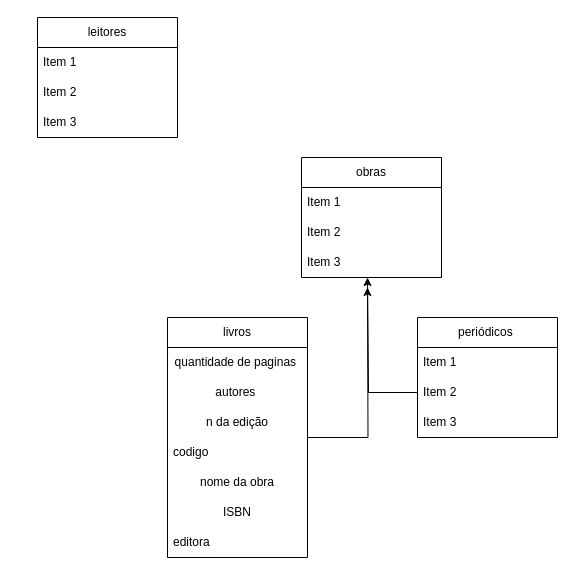
Before: page "22" (9 of 10) of pré-g2.drawio in livramos/Modelagem-de-Dados-, a draw.io diagram. Source tidied: cells renumbered, new cells numbered last; positions are measured from the earlier drawing's top-left corner, leaving out a move shared by most shapes. Both pictures are drawn from the tidied source at 100%, with x=0, y=0 at pixel (37, 17).
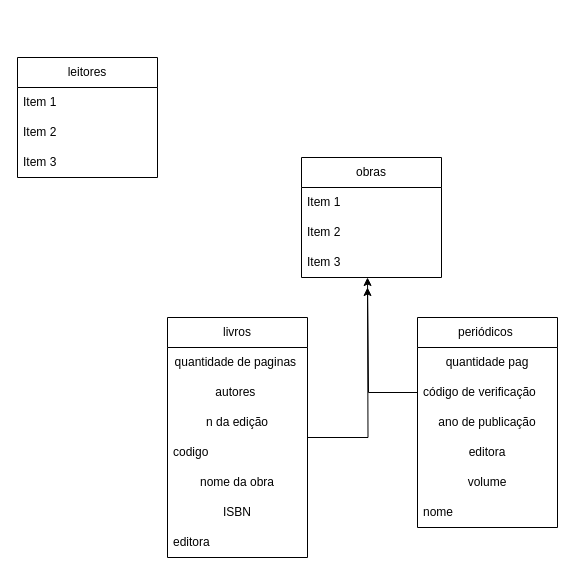
After the change.

What changed in the source:
```diff
@@
     <mxCell id="2" value="leitores" style="swimlane;fontStyle=0;horizontal=1;startSize=30;whiteSpace=wrap;html=1;" parent="1" vertex="1">
-      <mxGeometry width="140" height="120" as="geometry" />
+      <mxGeometry x="-20" y="40" width="140" height="120" as="geometry" />
     </mxCell>
@@
     <mxCell id="19" value="periódicos&amp;nbsp;" style="swimlane;fontStyle=0;horizontal=1;startSize=30;whiteSpace=wrap;html=1;" parent="1" vertex="1">
-      <mxGeometry x="380" y="300" width="140" height="120" as="geometry" />
+      <mxGeometry x="380" y="300" width="140" height="210" as="geometry" />
     </mxCell>
+    <mxCell id="24" value="quantidade pag" style="text;html=1;align=center;verticalAlign=middle;whiteSpace=wrap;rounded=0;" parent="19" vertex="1">
+      <mxGeometry y="30" width="140" height="30" as="geometry" />
+    </mxCell>
-    <mxCell id="20" value="Item 1" style="text;strokeColor=none;fillColor=none;align=left;verticalAlign=middle;spacingLeft=4;spacingRight=4;overflow=hidden;whiteSpace=wrap;html=1;" parent="19" vertex="1">
-      <mxGeometry y="30" width="140" height="30" as="geometry" />
+    <mxCell id="20" value="código de verificação" style="text;strokeColor=none;fillColor=none;align=left;verticalAlign=middle;spacingLeft=4;spacingRight=4;overflow=hidden;whiteSpace=wrap;html=1;" parent="19" vertex="1">
+      <mxGeometry y="60" width="140" height="30" as="geometry" />
     </mxCell>
-    <mxCell id="21" style="edgeStyle=orthogonalEdgeStyle;rounded=0;jettySize=auto;html=1;" parent="19" edge="1" source="22">
+    <mxCell id="21" style="edgeStyle=orthogonalEdgeStyle;rounded=0;jettySize=auto;html=1;exitX=0;exitY=0.5;exitDx=0;exitDy=0;" parent="19" edge="1" source="27">
       <mxGeometry relative="1" as="geometry">
         <mxPoint x="-50" y="-40" as="targetPoint" />
         <Array as="points">
           <mxPoint x="-49" y="75" />
         </Array>
       </mxGeometry>
     </mxCell>
+    <mxCell id="25" value="ano de publicação" style="text;html=1;align=center;verticalAlign=middle;whiteSpace=wrap;rounded=0;" parent="19" vertex="1">
+      <mxGeometry y="90" width="140" height="30" as="geometry" />
+    </mxCell>
+    <mxCell id="26" value="editora" style="text;html=1;align=center;verticalAlign=middle;whiteSpace=wrap;rounded=0;" parent="19" vertex="1">
+      <mxGeometry y="120" width="140" height="30" as="geometry" />
+    </mxCell>
+    <mxCell id="27" value="volume" style="text;html=1;align=center;verticalAlign=middle;whiteSpace=wrap;rounded=0;" parent="19" vertex="1">
+      <mxGeometry y="150" width="140" height="30" as="geometry" />
+    </mxCell>
-    <mxCell id="22" value="Item 2" style="text;strokeColor=none;fillColor=none;align=left;verticalAlign=middle;spacingLeft=4;spacingRight=4;overflow=hidden;points=[[0,0.5],[1,0.5]];portConstraint=eastwest;whiteSpace=wrap;html=1;" parent="19" vertex="1">
-      <mxGeometry y="60" width="140" height="30" as="geometry" />
+    <mxCell id="22" value="nome" style="text;strokeColor=none;fillColor=none;align=left;verticalAlign=middle;spacingLeft=4;spacingRight=4;overflow=hidden;points=[[0,0.5],[1,0.5]];portConstraint=eastwest;whiteSpace=wrap;html=1;" parent="19" vertex="1">
+      <mxGeometry y="180" width="140" height="30" as="geometry" />
     </mxCell>
-    <mxCell id="23" value="Item 3" style="text;strokeColor=none;fillColor=none;align=left;verticalAlign=middle;spacingLeft=4;spacingRight=4;overflow=hidden;whiteSpace=wrap;html=1;" parent="19" vertex="1">
-      <mxGeometry y="90" width="140" height="30" as="geometry" />
-    </mxCell>
```
